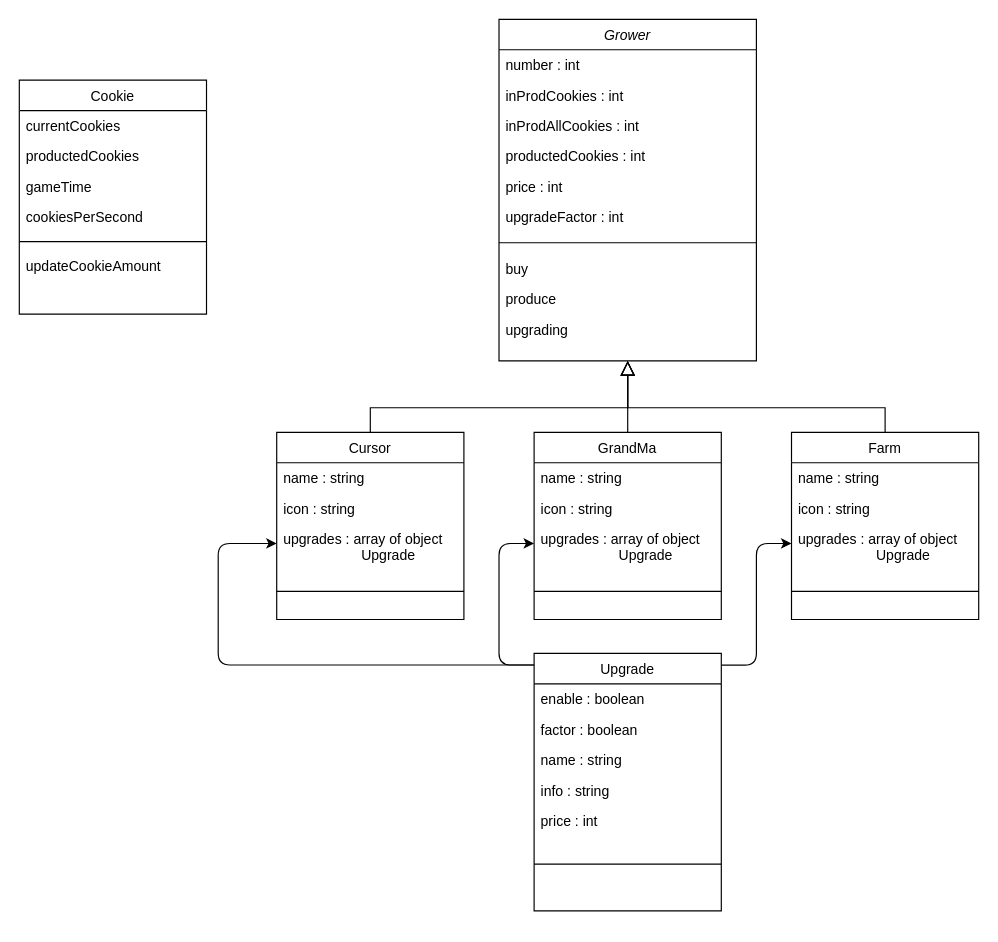
ElainePentium/JS-cookie-clicker keeps this draw.io diagram as diagram_class.drawio. Above is the earlier version. Source tidied: cells renumbered, new cells numbered last; positions are measured from the earlier drawing's top-left corner, leaving out a move shared by most shapes. Both pictures are drawn from the tidied source at 117%, with x=0, y=0 at pixel (19, 19).
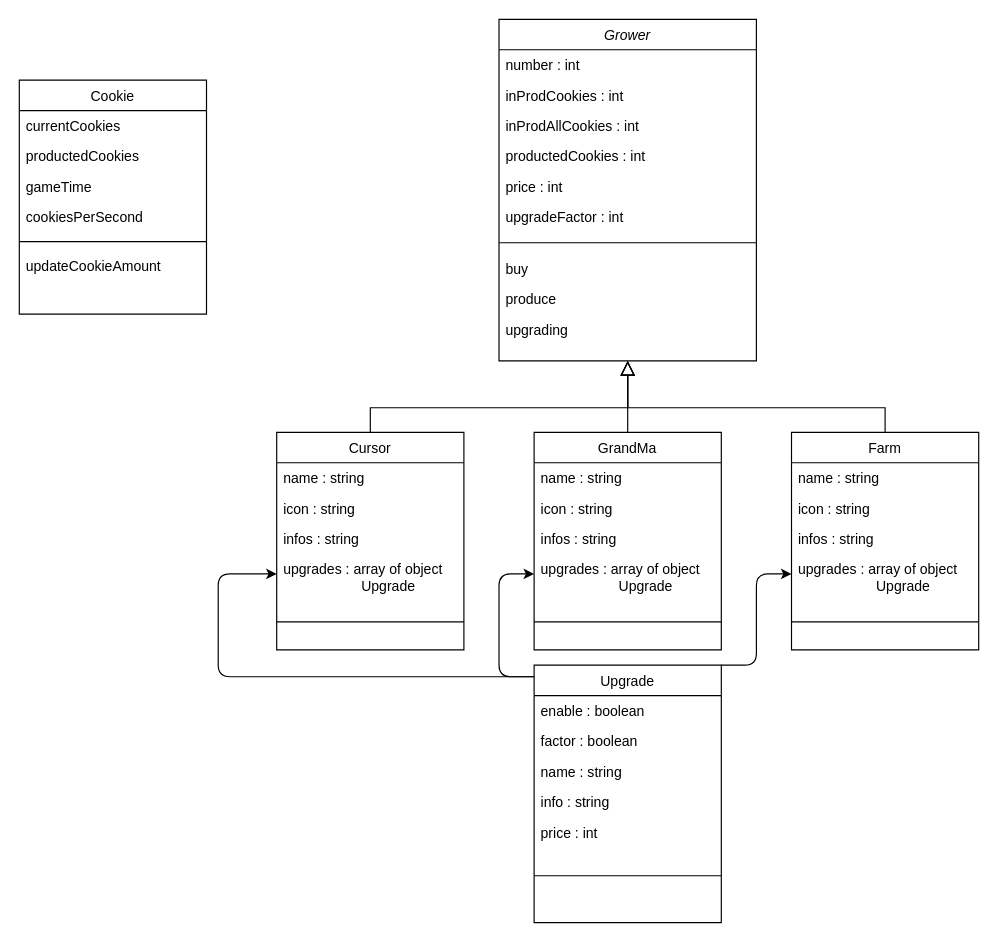
The same diagram, later.

Change to the diagram source:
```diff
@@
     <mxCell id="9" value="Cursor" style="swimlane;fontStyle=0;align=center;verticalAlign=top;horizontal=1;startSize=26;rounded=0;shadow=0;strokeWidth=1;" parent="1" vertex="1">
-      <mxGeometry x="220" y="353" width="160" height="160" as="geometry" />
+      <mxGeometry x="220" y="353" width="160" height="186" as="geometry" />
     </mxCell>
@@
+    <mxCell id="48" value="infos : string" style="text;align=left;verticalAlign=top;spacingLeft=4;spacingRight=4;overflow=hidden;rounded=0;shadow=0;html=0;" parent="9" vertex="1">
+      <mxGeometry y="78" width="160" height="26" as="geometry" />
+    </mxCell>
     <mxCell id="12" value="upgrades : array of object &#10;                    Upgrade" style="text;align=left;verticalAlign=top;spacingLeft=4;spacingRight=4;overflow=hidden;points=[[0,0.5],[1,0.5]];portConstraint=eastwest;rounded=0;shadow=0;html=0;" parent="9" vertex="1">
-      <mxGeometry y="78" width="160" height="34" as="geometry" />
+      <mxGeometry y="104" width="160" height="34" as="geometry" />
     </mxCell>
     <mxCell id="13" style="line;html=1;strokeWidth=1;align=left;verticalAlign=middle;spacingTop=-1;spacingLeft=3;spacingRight=3;labelPosition=right;" parent="9" vertex="1">
-      <mxGeometry y="112" width="160" height="48" as="geometry" />
+      <mxGeometry y="138" width="160" height="48" as="geometry" />
     </mxCell>
@@
     <mxCell id="15" value="GrandMa" style="swimlane;fontStyle=0;align=center;verticalAlign=top;horizontal=1;startSize=26;rounded=0;shadow=0;strokeWidth=1;" parent="1" vertex="1">
-      <mxGeometry x="440" y="353" width="160" height="160" as="geometry" />
+      <mxGeometry x="440" y="353" width="160" height="186" as="geometry" />
     </mxCell>
@@
+    <mxCell id="49" value="infos : string" style="text;align=left;verticalAlign=top;spacingLeft=4;spacingRight=4;overflow=hidden;rounded=0;shadow=0;html=0;" parent="15" vertex="1">
+      <mxGeometry y="78" width="160" height="26" as="geometry" />
+    </mxCell>
     <mxCell id="18" value="upgrades : array of object &#10;                    Upgrade" style="text;align=left;verticalAlign=top;spacingLeft=4;spacingRight=4;overflow=hidden;points=[[0,0.5],[1,0.5]];portConstraint=eastwest;rounded=0;shadow=0;html=0;" parent="15" vertex="1">
-      <mxGeometry y="78" width="160" height="34" as="geometry" />
+      <mxGeometry y="104" width="160" height="34" as="geometry" />
     </mxCell>
     <mxCell id="19" style="line;html=1;strokeWidth=1;align=left;verticalAlign=middle;spacingTop=-1;spacingLeft=3;spacingRight=3;labelPosition=right;" parent="15" vertex="1">
-      <mxGeometry y="112" width="160" height="48" as="geometry" />
+      <mxGeometry y="138" width="160" height="48" as="geometry" />
     </mxCell>
@@
     <mxCell id="33" value="Farm" style="swimlane;fontStyle=0;align=center;verticalAlign=top;horizontal=1;startSize=26;rounded=0;shadow=0;strokeWidth=1;" parent="1" vertex="1">
-      <mxGeometry x="660" y="353" width="160" height="160" as="geometry" />
+      <mxGeometry x="660" y="353" width="160" height="186" as="geometry" />
     </mxCell>
@@
+    <mxCell id="50" value="infos : string" style="text;align=left;verticalAlign=top;spacingLeft=4;spacingRight=4;overflow=hidden;rounded=0;shadow=0;html=0;" parent="33" vertex="1">
+      <mxGeometry y="78" width="160" height="26" as="geometry" />
+    </mxCell>
     <mxCell id="36" value="upgrades : array of object &#10;                    Upgrade" style="text;align=left;verticalAlign=top;spacingLeft=4;spacingRight=4;overflow=hidden;points=[[0,0.5],[1,0.5]];portConstraint=eastwest;rounded=0;shadow=0;html=0;" parent="33" vertex="1">
-      <mxGeometry y="78" width="160" height="34" as="geometry" />
+      <mxGeometry y="104" width="160" height="34" as="geometry" />
     </mxCell>
     <mxCell id="37" style="line;html=1;strokeWidth=1;align=left;verticalAlign=middle;spacingTop=-1;spacingLeft=3;spacingRight=3;labelPosition=right;" parent="33" vertex="1">
-      <mxGeometry y="112" width="160" height="48" as="geometry" />
+      <mxGeometry y="138" width="160" height="48" as="geometry" />
     </mxCell>
@@
     <mxCell id="41" value="Upgrade" style="swimlane;fontStyle=0;align=center;verticalAlign=top;horizontal=1;startSize=26;rounded=0;shadow=0;strokeWidth=1;" parent="1" vertex="1">
-      <mxGeometry x="440" y="542" width="160" height="220" as="geometry" />
+      <mxGeometry x="440" y="552" width="160" height="220" as="geometry" />
     </mxCell>
```
